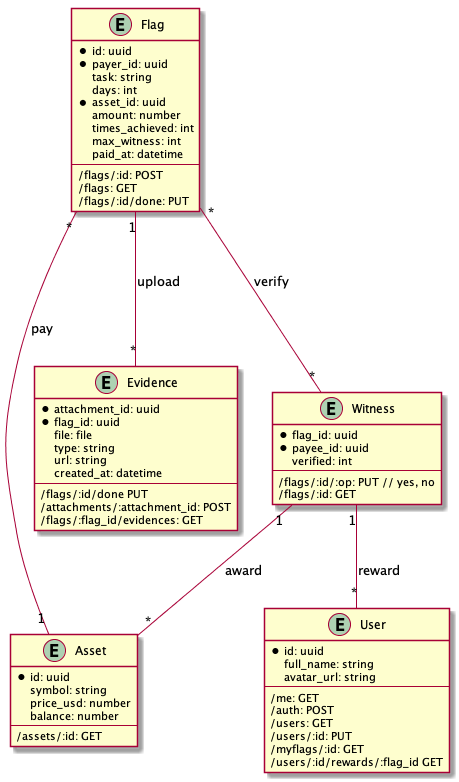
Earlier version of the PlantUML export docs/models.png (PioneerDev/setflags).
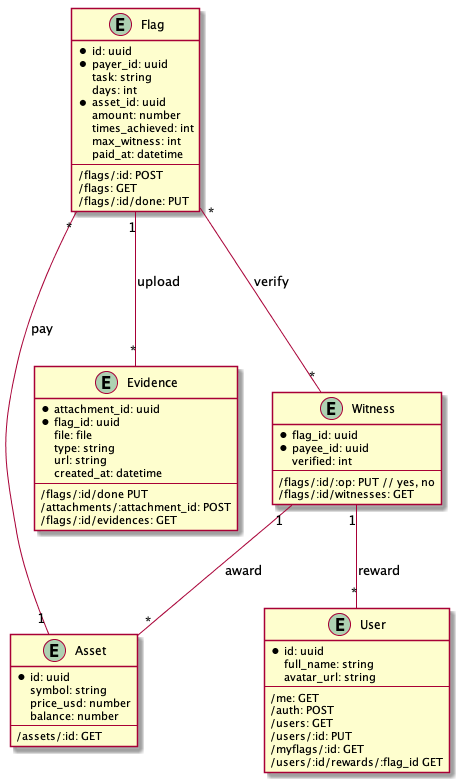
Later version of the same file.

Commit message:
bugfix: update API for getting witnesses, removing conflict

What changed in the source:
```diff
@@ -48,7 +48,7 @@
     --
     /flags/:id/done PUT
     /attachments/:attachment_id: POST
-    /flags/:flag_id/evidences: GET
+    /flags/:id/evidences: GET
 }
 
 entity Witness {
@@ -57,7 +57,7 @@
     verified: int
     --
     /flags/:id/:op: PUT // yes, no
-    /flags/:id: GET
+    /flags/:id/witnesses: GET
 }
 
 Flag "1" --- "*" Evidence: upload
```
